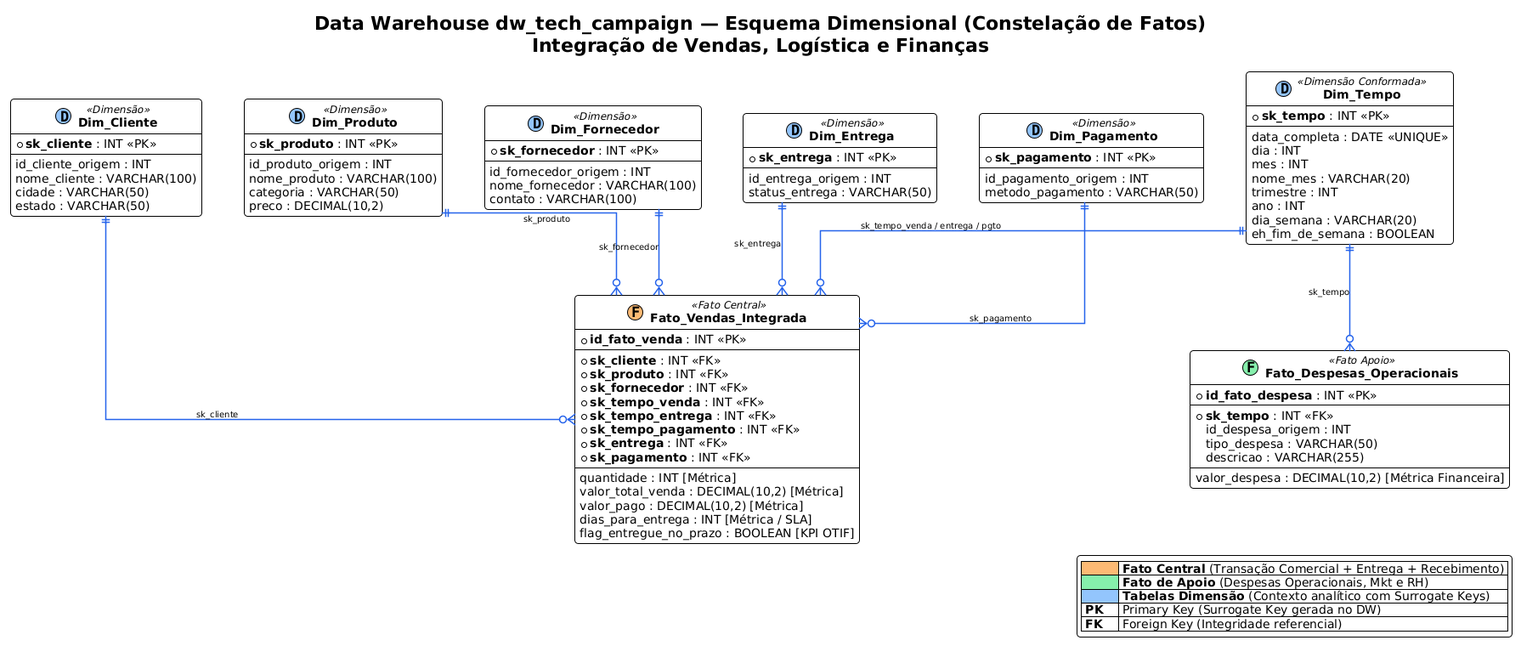
The PlantUML diagram caso_1.1/diagramas/star_schema_integrado.png in kioba0/oltp-to-dw-etl, before a commit. Its diagram source:
```plantuml
@startuml
!theme plain
skinparam linetype ortho
skinparam roundcorner 8
skinparam shadowing false
skinparam nodesep 50
skinparam ranksep 60

skinparam entity {
    BackgroundColor #FFFFFF
    BorderColor #1E3A8A
    FontColor #0F172A
    FontSize 11
    FontStyle normal
    HeaderBackgroundColor #F1F5F9
}

skinparam arrow {
    Color #2563EB
    Thickness 1.5
    FontSize 10
}

title **Data Warehouse dw_tech_campaign — Esquema Dimensional (Constelação de Fatos)**\nIntegração de Vendas, Logística e Finanças


entity "**Dim_Tempo**" as Dim_Tempo << (D,#93C5FD) Dimensão Conformada >> {
    * **sk_tempo** : INT <<PK>>
    --
    data_completa : DATE <<UNIQUE>>
    dia : INT
    mes : INT
    nome_mes : VARCHAR(20)
    trimestre : INT
    ano : INT
    dia_semana : VARCHAR(20)
    eh_fim_de_semana : BOOLEAN
}

entity "**Dim_Cliente**" as Dim_Cliente << (D,#93C5FD) Dimensão >> {
    * **sk_cliente** : INT <<PK>>
    --
    id_cliente_origem : INT
    nome_cliente : VARCHAR(100)
    cidade : VARCHAR(50)
    estado : VARCHAR(50)
}

entity "**Dim_Produto**" as Dim_Produto << (D,#93C5FD) Dimensão >> {
    * **sk_produto** : INT <<PK>>
    --
    id_produto_origem : INT
    nome_produto : VARCHAR(100)
    categoria : VARCHAR(50)
    preco : DECIMAL(10,2)
}

entity "**Dim_Fornecedor**" as Dim_Fornecedor << (D,#93C5FD) Dimensão >> {
    * **sk_fornecedor** : INT <<PK>>
    --
    id_fornecedor_origem : INT
    nome_fornecedor : VARCHAR(100)
    contato : VARCHAR(100)
}

entity "**Dim_Entrega**" as Dim_Entrega << (D,#93C5FD) Dimensão >> {
    * **sk_entrega** : INT <<PK>>
    --
    id_entrega_origem : INT
    status_entrega : VARCHAR(50)
}

entity "**Dim_Pagamento**" as Dim_Pagamento << (D,#93C5FD) Dimensão >> {
    * **sk_pagamento** : INT <<PK>>
    --
    id_pagamento_origem : INT
    metodo_pagamento : VARCHAR(50)
}


entity "**Fato_Vendas_Integrada**" as Fato_Vendas << (F,#FDBA74) Fato Central >> {
    * **id_fato_venda** : INT <<PK>>
    --
    * **sk_cliente** : INT <<FK>>
    * **sk_produto** : INT <<FK>>
    * **sk_fornecedor** : INT <<FK>>
    * **sk_tempo_venda** : INT <<FK>>
    * **sk_tempo_entrega** : INT <<FK>>
    * **sk_tempo_pagamento** : INT <<FK>>
    * **sk_entrega** : INT <<FK>>
    * **sk_pagamento** : INT <<FK>>
    --
    quantidade : INT [Métrica]
    valor_total_venda : DECIMAL(10,2) [Métrica]
    valor_pago : DECIMAL(10,2) [Métrica]
    dias_para_entrega : INT [Métrica / SLA]
    flag_entregue_no_prazo : BOOLEAN [KPI OTIF]
}

entity "**Fato_Despesas_Operacionais**" as Fato_Despesas << (F,#86EFAC) Fato Apoio >> {
    * **id_fato_despesa** : INT <<PK>>
    --
    * **sk_tempo** : INT <<FK>>
    id_despesa_origem : INT
    tipo_despesa : VARCHAR(50)
    descricao : VARCHAR(255)
    --
    valor_despesa : DECIMAL(10,2) [Métrica Financeira]
}


Dim_Cliente     ||--o{ Fato_Vendas : "sk_cliente"
Dim_Produto     ||--o{ Fato_Vendas : "sk_produto"
Dim_Fornecedor  ||--o{ Fato_Vendas : "sk_fornecedor"
Dim_Entrega     ||--o{ Fato_Vendas : "sk_entrega"
Dim_Pagamento   ||--o{ Fato_Vendas : "sk_pagamento"
Dim_Tempo       ||--o{ Fato_Vendas : "sk_tempo_venda / entrega / pgto"

Dim_Tempo       ||--o{ Fato_Despesas : "sk_tempo"

legend right
  |<#FDBA74>  | **Fato Central** (Transação Comercial + Entrega + Recebimento) |
  |<#86EFAC>  | **Fato de Apoio** (Despesas Operacionais, Mkt e RH) |
  |<#93C5FD>  | **Tabelas Dimensão** (Contexto analítico com Surrogate Keys) |
  | **PK**    | Primary Key (Surrogate Key gerada no DW) |
  | **FK**    | Foreign Key (Integridade referencial) |
endlegend
@enduml
```
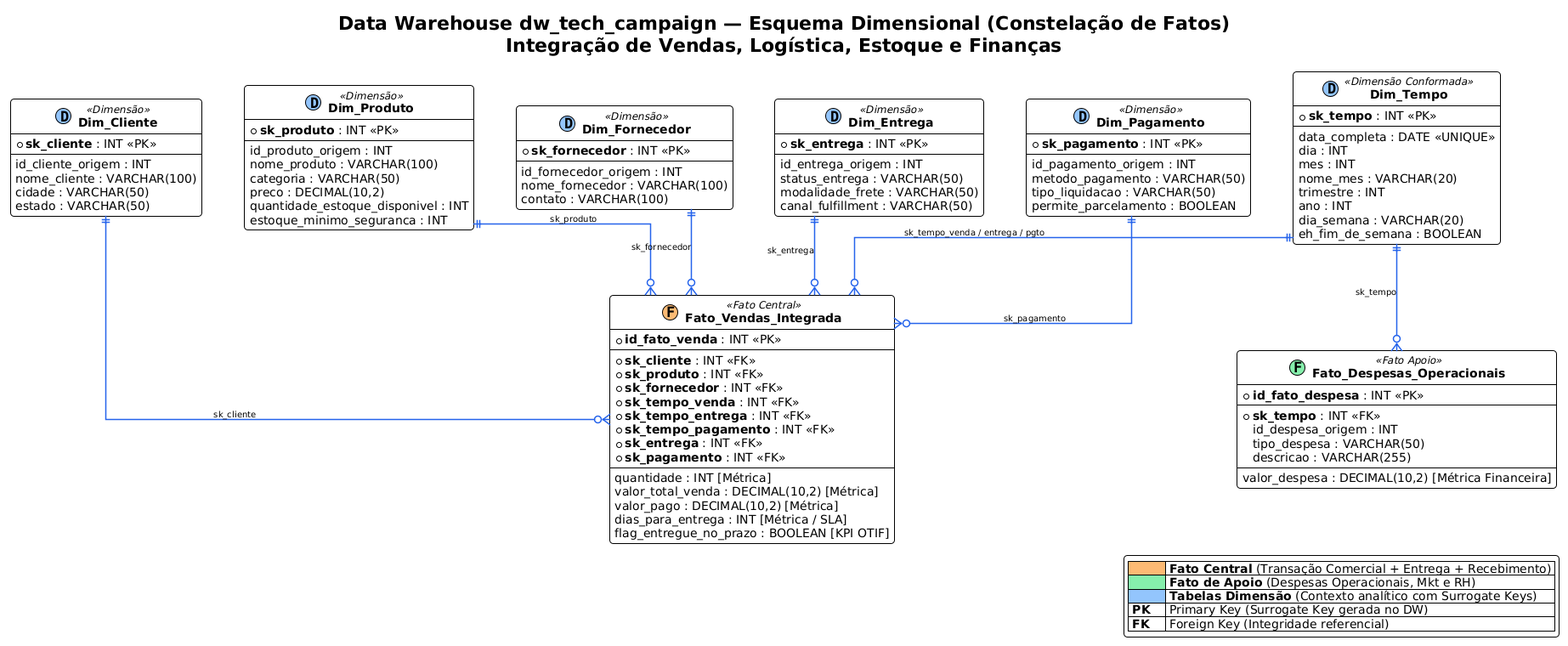
After the change.

The edit, as a diff of the source:
```diff
@@ -21,7 +21,7 @@
     FontSize 10
 }
 
-title **Data Warehouse dw_tech_campaign — Esquema Dimensional (Constelação de Fatos)**\nIntegração de Vendas, Logística e Finanças
+title **Data Warehouse dw_tech_campaign — Esquema Dimensional (Constelação de Fatos)**\nIntegração de Vendas, Logística, Estoque e Finanças
 
 
 entity "**Dim_Tempo**" as Dim_Tempo << (D,#93C5FD) Dimensão Conformada >> {
@@ -53,6 +53,8 @@
     nome_produto : VARCHAR(100)
     categoria : VARCHAR(50)
     preco : DECIMAL(10,2)
+    quantidade_estoque_disponivel : INT
+    estoque_minimo_seguranca : INT
 }
 
 entity "**Dim_Fornecedor**" as Dim_Fornecedor << (D,#93C5FD) Dimensão >> {
@@ -68,6 +70,8 @@
     --
     id_entrega_origem : INT
     status_entrega : VARCHAR(50)
+    modalidade_frete : VARCHAR(50)
+    canal_fulfillment : VARCHAR(50)
 }
 
 entity "**Dim_Pagamento**" as Dim_Pagamento << (D,#93C5FD) Dimensão >> {
@@ -75,6 +79,8 @@
     --
     id_pagamento_origem : INT
     metodo_pagamento : VARCHAR(50)
+    tipo_liquidacao : VARCHAR(50)
+    permite_parcelamento : BOOLEAN
 }
 
 
```
